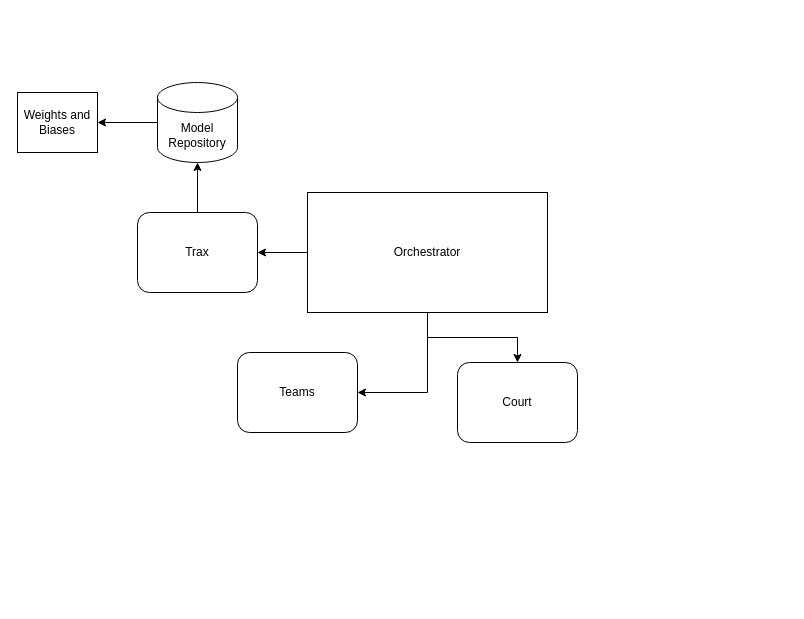
This is bt_architecture.drawio from mosmar99/Basketball-Tracker, a draw.io file, before an edit. Source tidied: cells renumbered, new cells numbered last; positions are measured from the earlier drawing's top-left corner, leaving out a move shared by most shapes. Both pictures are drawn from the tidied source at 100%, with x=0, y=0 at pixel (17, 82).
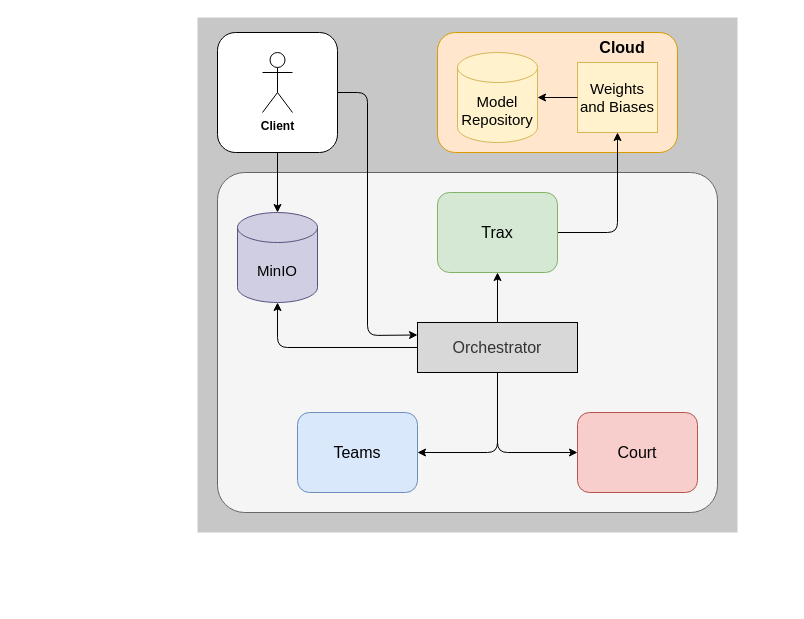
The same page after the edit.

The edit, as a diff of the source:
```diff
@@
-<mxGraphModel>
+<mxGraphModel background="#ffffff">
@@
+    <mxCell id="13" style="rounded=0;whiteSpace=wrap;html=1;fillColor=#C7C7C7;fontColor=#333333;strokeColor=none;arcSize=5;" parent="1" vertex="1">
+      <mxGeometry x="180" y="-65" width="540" height="515" as="geometry" />
+    </mxCell>
+    <mxCell id="14" style="rounded=1;whiteSpace=wrap;html=1;fillColor=#f5f5f5;strokeColor=#666666;arcSize=8;fontColor=#333333;" parent="1" vertex="1">
+      <mxGeometry x="200" y="90" width="500" height="340" as="geometry" />
+    </mxCell>
+    <mxCell id="15" style="rounded=1;whiteSpace=wrap;html=1;fontStyle=1;fillColor=#ffe6cc;strokeColor=#d79b00;" parent="1" vertex="1">
+      <mxGeometry x="420" y="-50" width="240" height="120" as="geometry" />
+    </mxCell>
-    <mxCell id="2" style="edgeStyle=orthogonalEdgeStyle;rounded=0;jettySize=auto;html=1;entryX=0.5;entryY=0;entryDx=0;entryDy=0;" parent="1" edge="1" source="5" target="8">
-      <mxGeometry relative="1" as="geometry" />
+    <mxCell id="2" style="edgeStyle=none;html=1;entryX=0;entryY=0.5;entryDx=0;entryDy=0;exitX=0.5;exitY=1;exitDx=0;exitDy=0;exitPerimeter=0;" parent="1" edge="1" source="5" target="8">
+      <mxGeometry relative="1" as="geometry">
+        <Array as="points">
+          <mxPoint x="480" y="370" />
+        </Array>
+      </mxGeometry>
     </mxCell>
-    <mxCell id="3" style="edgeStyle=orthogonalEdgeStyle;rounded=0;jettySize=auto;html=1;entryX=1;entryY=0.5;entryDx=0;entryDy=0;" parent="1" edge="1" source="5" target="6">
+    <mxCell id="3" style="edgeStyle=none;html=1;entryX=0.5;entryY=1;entryDx=0;entryDy=0;" parent="1" edge="1" source="5" target="6">
       <mxGeometry relative="1" as="geometry" />
     </mxCell>
-    <mxCell id="4" style="edgeStyle=orthogonalEdgeStyle;rounded=0;jettySize=auto;html=1;entryX=1;entryY=0.5;entryDx=0;entryDy=0;" parent="1" edge="1" source="5" target="7">
-      <mxGeometry relative="1" as="geometry" />
-    </mxCell>
-    <mxCell id="5" value="Orchestrator" style="rounded=0;whiteSpace=wrap;html=1;" parent="1" vertex="1">
-      <mxGeometry x="290" y="110" width="240" height="120" as="geometry" />
+    <mxCell id="5" value="&lt;font style=&quot;font-size: 16px;&quot;&gt;Orchestrator&lt;/font&gt;" style="rounded=0;whiteSpace=wrap;html=1;fillColor=#D8D8D8;strokeColor=#000000;fontColor=#333333;" parent="1" vertex="1">
+      <mxGeometry x="400" y="240" width="160" height="50" as="geometry" />
     </mxCell>
+    <mxCell id="16" style="edgeStyle=none;html=1;entryX=0.5;entryY=1;entryDx=0;entryDy=0;" parent="1" edge="1" source="6" target="9">
+      <mxGeometry relative="1" as="geometry">
+        <Array as="points">
+          <mxPoint x="600" y="150" />
+        </Array>
+      </mxGeometry>
+    </mxCell>
-    <mxCell id="6" value="Trax" style="rounded=1;whiteSpace=wrap;html=1;" parent="1" vertex="1">
-      <mxGeometry x="120" y="130" width="120" height="80" as="geometry" />
+    <mxCell id="6" value="&lt;font style=&quot;font-size: 16px;&quot;&gt;Trax&lt;/font&gt;" style="rounded=1;whiteSpace=wrap;html=1;fillColor=#d5e8d4;strokeColor=#82b366;" parent="1" vertex="1">
+      <mxGeometry x="420" y="110" width="120" height="80" as="geometry" />
     </mxCell>
-    <mxCell id="7" value="Teams" style="rounded=1;whiteSpace=wrap;html=1;" parent="1" vertex="1">
-      <mxGeometry x="220" y="270" width="120" height="80" as="geometry" />
+    <mxCell id="7" value="&lt;font style=&quot;font-size: 16px;&quot;&gt;Teams&lt;/font&gt;" style="rounded=1;whiteSpace=wrap;html=1;fillColor=#dae8fc;strokeColor=#6c8ebf;" parent="1" vertex="1">
+      <mxGeometry x="280" y="330" width="120" height="80" as="geometry" />
     </mxCell>
-    <mxCell id="8" value="Court" style="rounded=1;whiteSpace=wrap;html=1;" parent="1" vertex="1">
-      <mxGeometry x="440" y="280" width="120" height="80" as="geometry" />
+    <mxCell id="8" value="&lt;font style=&quot;font-size: 16px;&quot;&gt;Court&lt;/font&gt;" style="rounded=1;whiteSpace=wrap;html=1;fillColor=#f8cecc;strokeColor=#b85450;" parent="1" vertex="1">
+      <mxGeometry x="560" y="330" width="120" height="80" as="geometry" />
     </mxCell>
-    <mxCell id="9" value="Weights and Biases" style="rounded=0;whiteSpace=wrap;html=1;" parent="1" vertex="1">
-      <mxGeometry y="10" width="80" height="60" as="geometry" />
+    <mxCell id="9" value="&lt;font style=&quot;font-size: 15px;&quot;&gt;Weights and Biases&lt;/font&gt;" style="rounded=0;whiteSpace=wrap;html=1;fillColor=#fff2cc;strokeColor=#d6b656;" parent="1" vertex="1">
+      <mxGeometry x="560" y="-20" width="80" height="70" as="geometry" />
     </mxCell>
-    <mxCell id="10" style="edgeStyle=orthogonalEdgeStyle;rounded=0;jettySize=auto;html=1;entryX=1;entryY=0.5;entryDx=0;entryDy=0;" parent="1" edge="1" source="11" target="9">
-      <mxGeometry relative="1" as="geometry" />
-    </mxCell>
-    <mxCell id="11" value="Model&lt;div&gt;Repository&lt;/div&gt;" style="shape=cylinder3;whiteSpace=wrap;html=1;boundedLbl=1;backgroundOutline=1;size=15;" parent="1" vertex="1">
-      <mxGeometry x="140" width="80" height="80" as="geometry" />
+    <mxCell id="11" value="&lt;font style=&quot;font-size: 15px;&quot;&gt;Model&lt;/font&gt;&lt;div&gt;&lt;font style=&quot;font-size: 15px;&quot;&gt;Repository&lt;/font&gt;&lt;/div&gt;" style="shape=cylinder3;whiteSpace=wrap;html=1;boundedLbl=1;backgroundOutline=1;size=15;fillColor=#fff2cc;strokeColor=#d6b656;" parent="1" vertex="1">
+      <mxGeometry x="440" y="-30" width="80" height="90" as="geometry" />
     </mxCell>
-    <mxCell id="12" style="edgeStyle=orthogonalEdgeStyle;rounded=0;jettySize=auto;html=1;entryX=0.5;entryY=1;entryDx=0;entryDy=0;entryPerimeter=0;" parent="1" edge="1" source="6" target="11">
-      <mxGeometry relative="1" as="geometry" />
-    </mxCell>
+    <mxCell id="17" style="edgeStyle=none;html=1;entryX=0;entryY=0.5;entryDx=0;entryDy=0;" parent="1" edge="1">
+      <mxGeometry relative="1" as="geometry">
+        <mxPoint x="480" y="310" as="sourcePoint" />
+        <mxPoint x="400" y="370" as="targetPoint" />
+        <Array as="points">
+          <mxPoint x="480" y="370" />
+        </Array>
+      </mxGeometry>
+    </mxCell>
+    <mxCell id="18" style="edgeStyle=none;html=1;entryX=1;entryY=0.5;entryDx=0;entryDy=0;entryPerimeter=0;" parent="1" edge="1" source="9" target="11">
+      <mxGeometry relative="1" as="geometry" />
+    </mxCell>
+    <mxCell id="19" value="&lt;b&gt;Cloud&lt;/b&gt;" style="text;html=1;align=center;verticalAlign=middle;whiteSpace=wrap;rounded=0;fontSize=16;" parent="1" vertex="1">
+      <mxGeometry x="570" y="-50" width="70" height="30" as="geometry" />
+    </mxCell>
+    <mxCell id="20" value="&lt;span style=&quot;font-size: 15px;&quot;&gt;MinIO&lt;/span&gt;" style="shape=cylinder3;whiteSpace=wrap;html=1;boundedLbl=1;backgroundOutline=1;size=15;fillColor=#d0cee2;strokeColor=#56517e;" parent="1" vertex="1">
+      <mxGeometry x="220" y="130" width="80" height="90" as="geometry" />
+    </mxCell>
+    <mxCell id="21" style="edgeStyle=none;html=1;entryX=0.5;entryY=1;entryDx=0;entryDy=0;entryPerimeter=0;" parent="1" edge="1" source="5" target="20">
+      <mxGeometry relative="1" as="geometry">
+        <Array as="points">
+          <mxPoint x="260" y="265" />
+        </Array>
+      </mxGeometry>
+    </mxCell>
+    <mxCell id="22" style="group;" parent="1" vertex="1">
+      <mxGeometry x="200" y="-50" width="570" height="570" as="geometry" />
+    </mxCell>
+    <mxCell id="23" style="rounded=1;whiteSpace=wrap;html=1;" parent="22" vertex="1">
+      <mxGeometry width="120" height="120" as="geometry" />
+    </mxCell>
+    <mxCell id="24" value="&lt;b&gt;Client&lt;/b&gt;" style="shape=umlActor;verticalLabelPosition=bottom;verticalAlign=top;html=1;" parent="22" vertex="1">
+      <mxGeometry x="45" y="20" width="30" height="60" as="geometry" />
+    </mxCell>
+    <mxCell id="25" style="edgeStyle=none;html=1;entryX=0.5;entryY=0;entryDx=0;entryDy=0;entryPerimeter=0;" parent="1" edge="1" source="23" target="20">
+      <mxGeometry relative="1" as="geometry" />
+    </mxCell>
+    <mxCell id="26" style="edgeStyle=none;html=1;entryX=0;entryY=0.25;entryDx=0;entryDy=0;" parent="1" edge="1" source="23" target="5">
+      <mxGeometry relative="1" as="geometry">
+        <Array as="points">
+          <mxPoint x="350" y="10" />
+          <mxPoint x="350" y="253" />
+        </Array>
+      </mxGeometry>
+    </mxCell>
```
